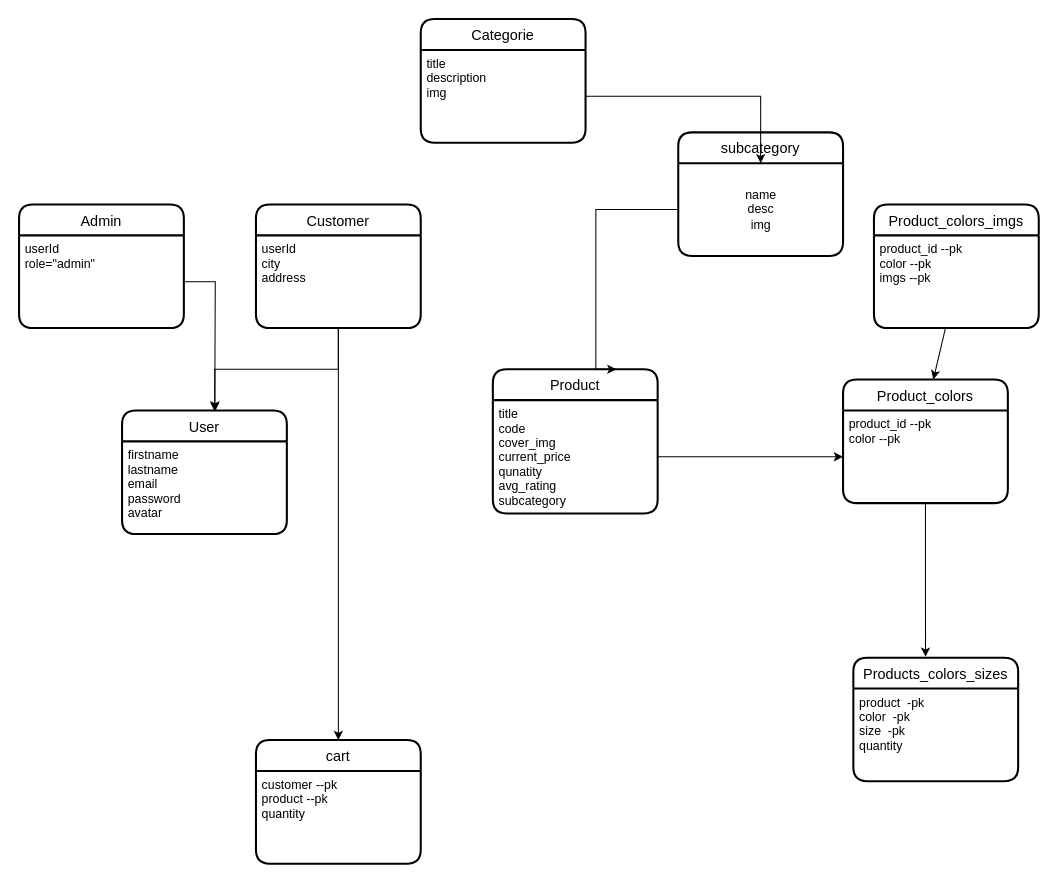
Elalfy74/e-commerce-nestjs keeps this draw.io diagram as e-commerce.drawio. Above is the earlier version. Source tidied: cells renumbered, new cells numbered last; positions are measured from the earlier drawing's top-left corner, leaving out a move shared by most shapes. Both pictures are drawn from the tidied source at 103%, with x=0, y=0 at pixel (19, 19).
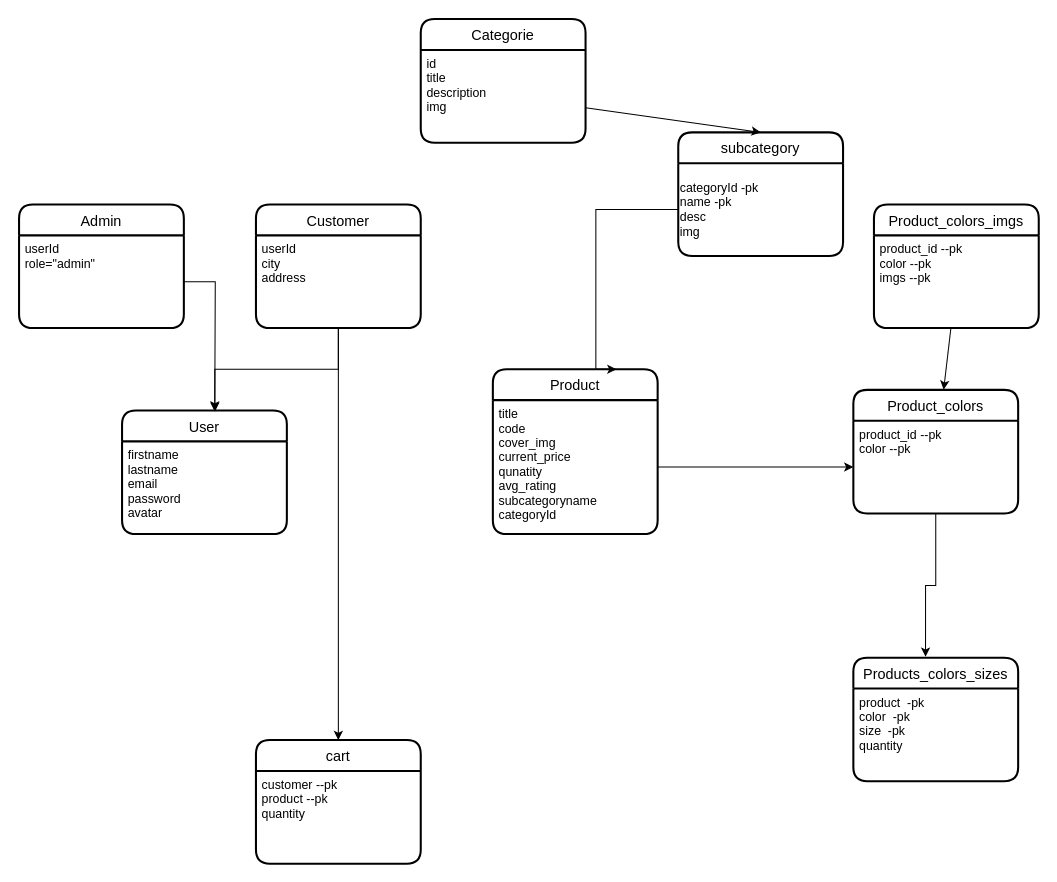
The same diagram, later.

Unchanged cells that the change refers to:
```xml
<mxCell id="11" value="Categorie" style="swimlane;horizontal=1;startSize=30;rounded=1;fontSize=14;fontStyle=0;strokeWidth=2;shadow=0;dashed=0;align=center;" parent="1" vertex="1">
  <mxGeometry x="390" width="160" height="120" as="geometry" />
</mxCell>
<mxCell id="20" value="subcategory" style="swimlane;horizontal=1;startSize=30;rounded=1;fontSize=14;fontStyle=0;strokeWidth=2;shadow=0;dashed=0;align=center;" parent="1" vertex="1">
  <mxGeometry x="640" y="110" width="160" height="120" as="geometry" />
</mxCell>
```

The edit, as a diff of the source:
```diff
@@
     <mxCell id="4" value="Product" style="swimlane;horizontal=1;startSize=30;rounded=1;fontSize=14;fontStyle=0;strokeWidth=2;shadow=0;dashed=0;align=center;" parent="1" vertex="1">
-      <mxGeometry x="460" y="340" width="160" height="140" as="geometry" />
+      <mxGeometry x="460" y="340" width="160" height="160" as="geometry" />
     </mxCell>
-    <mxCell id="5" value="title&#10;code&#10;cover_img&#10;current_price&#10;qunatity&#10;avg_rating&#10;subcategory" style="align=left;strokeColor=none;fillColor=none;spacingLeft=4;fontSize=12;verticalAlign=top;" parent="4" vertex="1">
-      <mxGeometry y="30" width="160" height="110" as="geometry" />
+    <mxCell id="5" value="title&#10;code&#10;cover_img&#10;current_price&#10;qunatity&#10;avg_rating&#10;subcategoryname&#10;categoryId" style="align=left;strokeColor=none;fillColor=none;spacingLeft=4;fontSize=12;verticalAlign=top;" parent="4" vertex="1">
+      <mxGeometry y="30" width="160" height="130" as="geometry" />
     </mxCell>
     <mxCell id="6" value="Product_colors" style="swimlane;horizontal=1;startSize=30;rounded=1;fontSize=14;fontStyle=0;strokeWidth=2;shadow=0;dashed=0;align=center;" parent="1" vertex="1">
-      <mxGeometry x="800" y="350" width="160" height="120" as="geometry" />
+      <mxGeometry x="810" y="360" width="160" height="120" as="geometry" />
     </mxCell>
@@
-    <mxCell id="12" value="title&#10;description&#10;img" style="align=left;strokeColor=none;fillColor=none;spacingLeft=4;fontSize=12;verticalAlign=top;" parent="11" vertex="1">
+    <mxCell id="12" value="id&#10;title&#10;description&#10;img" style="align=left;strokeColor=none;fillColor=none;spacingLeft=4;fontSize=12;verticalAlign=top;" parent="11" vertex="1">
       <mxGeometry y="30" width="160" height="90" as="geometry" />
     </mxCell>
@@
-    <mxCell id="21" value="name&lt;br&gt;desc&lt;br&gt;img" style="text;html=1;align=center;verticalAlign=middle;points=[];strokeColor=none;fillColor=none;" parent="20" vertex="1">
-      <mxGeometry y="30" width="160" height="90" as="geometry" />
-    </mxCell>
+    <mxCell id="30" value="categoryId -pk&lt;br&gt;name -pk&lt;br&gt;desc&lt;br&gt;img" style="text;html=1;align=left;verticalAlign=middle;strokeColor=none;fillColor=none;" parent="20" vertex="1">
+      <mxGeometry y="30" width="160" height="90" as="geometry" />
+    </mxCell>
-    <mxCell id="22" style="edgeStyle=orthogonalEdgeStyle;rounded=0;jettySize=auto;html=1;entryX=0.75;entryY=0;entryDx=0;entryDy=0;" parent="1" edge="1" source="21" target="4">
+    <mxCell id="22" style="edgeStyle=orthogonalEdgeStyle;rounded=0;jettySize=auto;html=1;entryX=0.75;entryY=0;entryDx=0;entryDy=0;" parent="1" edge="1" target="4">
       <mxGeometry relative="1" as="geometry">
+        <mxPoint x="640" y="185" as="sourcePoint" />
         <Array as="points">
           <mxPoint x="560" y="185" />
           <mxPoint x="560" y="340" />
         </Array>
       </mxGeometry>
     </mxCell>
-    <mxCell id="23" style="edgeStyle=orthogonalEdgeStyle;rounded=0;jettySize=auto;html=1;" parent="1" edge="1" source="12" target="21">
-      <mxGeometry relative="1" as="geometry" />
-    </mxCell>
@@
+    <mxCell id="31" style="edgeStyle=none;html=1;entryX=0.5;entryY=0;entryDx=0;entryDy=0;" parent="1" edge="1" source="12" target="20">
+      <mxGeometry relative="1" as="geometry" />
+    </mxCell>
```
